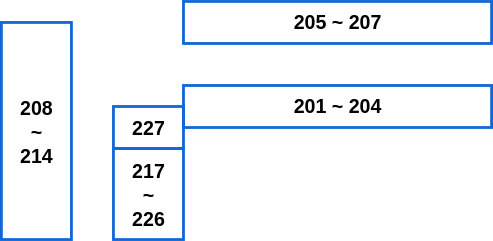
This is public/images/floorplans/software/2f.svg from DKU-Opensource-Team23/Empty-Bear-FE, a draw.io export, as it was before one commit. Source tidied: cells renumbered, new cells last; positions are measured from the earlier drawing's top-left corner, leaving out a move shared by most shapes. Source of this version:
```xml
<mxGraphModel>
  <root>
    <mxCell id="0" />
    <mxCell id="1" parent="0" />
    <mxCell id="2" value="208&lt;div&gt;~&lt;/div&gt;&lt;div&gt;214&lt;/div&gt;" style="whiteSpace=wrap;html=1;rounded=0;strokeColor=#1267D6;strokeWidth=2;align=center;verticalAlign=middle;fontFamily=sans-serif;fontSize=14;fontColor=default;fontStyle=1;fillColor=none;gradientColor=none;" parent="1" vertex="1">
      <mxGeometry y="15" width="50" height="155" as="geometry" />
    </mxCell>
    <mxCell id="3" value="217&lt;div&gt;~&lt;div&gt;226&lt;/div&gt;&lt;/div&gt;" style="whiteSpace=wrap;html=1;rounded=0;strokeColor=#1267D6;strokeWidth=2;align=center;verticalAlign=middle;fontFamily=sans-serif;fontSize=14;fontColor=default;fontStyle=1;fillColor=none;gradientColor=none;" parent="1" vertex="1">
      <mxGeometry x="80" y="105" width="50" height="65" as="geometry" />
    </mxCell>
    <mxCell id="4" value="227" style="whiteSpace=wrap;html=1;rounded=0;strokeColor=#1267D6;strokeWidth=2;align=center;verticalAlign=middle;fontFamily=sans-serif;fontSize=14;fontColor=default;fontStyle=1;fillColor=none;gradientColor=none;" parent="1" vertex="1">
      <mxGeometry x="80" y="75" width="50" height="30" as="geometry" />
    </mxCell>
    <mxCell id="5" value="205 ~ 207" style="whiteSpace=wrap;html=1;rounded=0;strokeColor=#1267D6;strokeWidth=2;align=center;verticalAlign=middle;fontFamily=sans-serif;fontSize=14;fontColor=default;fontStyle=1;fillColor=none;gradientColor=none;" parent="1" vertex="1">
      <mxGeometry x="130" width="220" height="30" as="geometry" />
    </mxCell>
    <mxCell id="6" value="201 ~ 204" style="whiteSpace=wrap;html=1;rounded=0;strokeColor=#1267D6;strokeWidth=2;align=center;verticalAlign=middle;fontFamily=sans-serif;fontSize=14;fontColor=default;fontStyle=1;fillColor=none;gradientColor=none;" parent="1" vertex="1">
      <mxGeometry x="130" y="60" width="220" height="30" as="geometry" />
    </mxCell>
  </root>
</mxGraphModel>
```
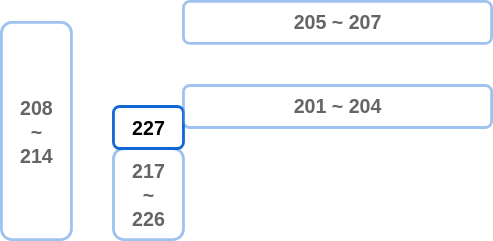
The same diagram one commit later.

Change to the diagram source:
```diff
@@ -2,19 +2,19 @@
   <root>
     <mxCell id="0" />
     <mxCell id="1" parent="0" />
-    <mxCell id="2" value="208&lt;div&gt;~&lt;/div&gt;&lt;div&gt;214&lt;/div&gt;" style="whiteSpace=wrap;html=1;rounded=0;strokeColor=#1267D6;strokeWidth=2;align=center;verticalAlign=middle;fontFamily=sans-serif;fontSize=14;fontColor=default;fontStyle=1;fillColor=none;gradientColor=none;" parent="1" vertex="1">
+    <mxCell id="2" value="208&lt;div&gt;~&lt;/div&gt;&lt;div&gt;214&lt;/div&gt;" style="whiteSpace=wrap;html=1;rounded=1;strokeColor=#1267D6;strokeWidth=2;align=center;verticalAlign=middle;fontFamily=sans-serif;fontSize=14;fontColor=default;fontStyle=1;fillColor=#FFFFFF;gradientColor=none;shadow=0;glass=0;fillStyle=auto;opacity=40;textOpacity=60;" parent="1" vertex="1">
       <mxGeometry y="15" width="50" height="155" as="geometry" />
     </mxCell>
-    <mxCell id="3" value="217&lt;div&gt;~&lt;div&gt;226&lt;/div&gt;&lt;/div&gt;" style="whiteSpace=wrap;html=1;rounded=0;strokeColor=#1267D6;strokeWidth=2;align=center;verticalAlign=middle;fontFamily=sans-serif;fontSize=14;fontColor=default;fontStyle=1;fillColor=none;gradientColor=none;" parent="1" vertex="1">
+    <mxCell id="3" value="217&lt;div&gt;~&lt;div&gt;226&lt;/div&gt;&lt;/div&gt;" style="whiteSpace=wrap;html=1;rounded=1;strokeColor=#1267D6;strokeWidth=2;align=center;verticalAlign=middle;fontFamily=sans-serif;fontSize=14;fontColor=default;fontStyle=1;fillColor=#FFFFFF;gradientColor=none;shadow=0;glass=0;fillStyle=auto;opacity=40;textOpacity=60;" parent="1" vertex="1">
       <mxGeometry x="80" y="105" width="50" height="65" as="geometry" />
     </mxCell>
-    <mxCell id="4" value="227" style="whiteSpace=wrap;html=1;rounded=0;strokeColor=#1267D6;strokeWidth=2;align=center;verticalAlign=middle;fontFamily=sans-serif;fontSize=14;fontColor=default;fontStyle=1;fillColor=none;gradientColor=none;" parent="1" vertex="1">
+    <mxCell id="4" value="227" style="whiteSpace=wrap;html=1;rounded=1;strokeColor=#1267D6;strokeWidth=2;align=center;verticalAlign=middle;fontFamily=sans-serif;fontSize=14;fontColor=default;fontStyle=1;fillColor=none;gradientColor=none;glass=0;" parent="1" vertex="1">
       <mxGeometry x="80" y="75" width="50" height="30" as="geometry" />
     </mxCell>
-    <mxCell id="5" value="205 ~ 207" style="whiteSpace=wrap;html=1;rounded=0;strokeColor=#1267D6;strokeWidth=2;align=center;verticalAlign=middle;fontFamily=sans-serif;fontSize=14;fontColor=default;fontStyle=1;fillColor=none;gradientColor=none;" parent="1" vertex="1">
+    <mxCell id="5" value="205 ~ 207" style="whiteSpace=wrap;html=1;rounded=1;strokeColor=#1267D6;strokeWidth=2;align=center;verticalAlign=middle;fontFamily=sans-serif;fontSize=14;fontColor=default;fontStyle=1;fillColor=#FFFFFF;gradientColor=none;shadow=0;glass=0;fillStyle=auto;opacity=40;textOpacity=60;" parent="1" vertex="1">
       <mxGeometry x="130" width="220" height="30" as="geometry" />
     </mxCell>
-    <mxCell id="6" value="201 ~ 204" style="whiteSpace=wrap;html=1;rounded=0;strokeColor=#1267D6;strokeWidth=2;align=center;verticalAlign=middle;fontFamily=sans-serif;fontSize=14;fontColor=default;fontStyle=1;fillColor=none;gradientColor=none;" parent="1" vertex="1">
+    <mxCell id="6" value="201 ~ 204" style="whiteSpace=wrap;html=1;rounded=1;strokeColor=#1267D6;strokeWidth=2;align=center;verticalAlign=middle;fontFamily=sans-serif;fontSize=14;fontColor=default;fontStyle=1;fillColor=#FFFFFF;gradientColor=none;shadow=0;glass=0;fillStyle=auto;opacity=40;textOpacity=60;" parent="1" vertex="1">
       <mxGeometry x="130" y="60" width="220" height="30" as="geometry" />
     </mxCell>
   </root>
```
